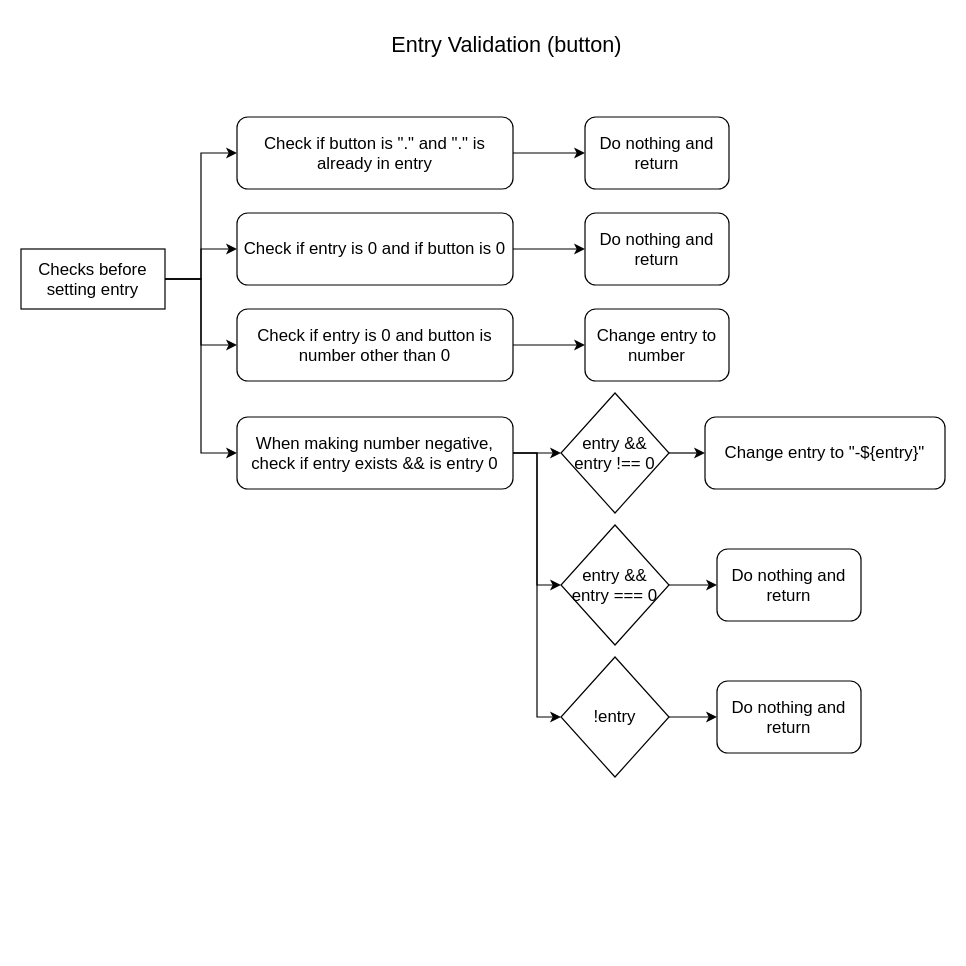
This is Reactive-Calculator-Diagram.drawio from Joeseff6/Reactive-Calculator, a draw.io file, before an edit. Source tidied: cells renumbered, new cells numbered last; positions are measured from the earlier drawing's top-left corner, leaving out a move shared by most shapes. Both pictures are drawn from the tidied source at 120%, with x=0, y=0 at pixel (20, 20).
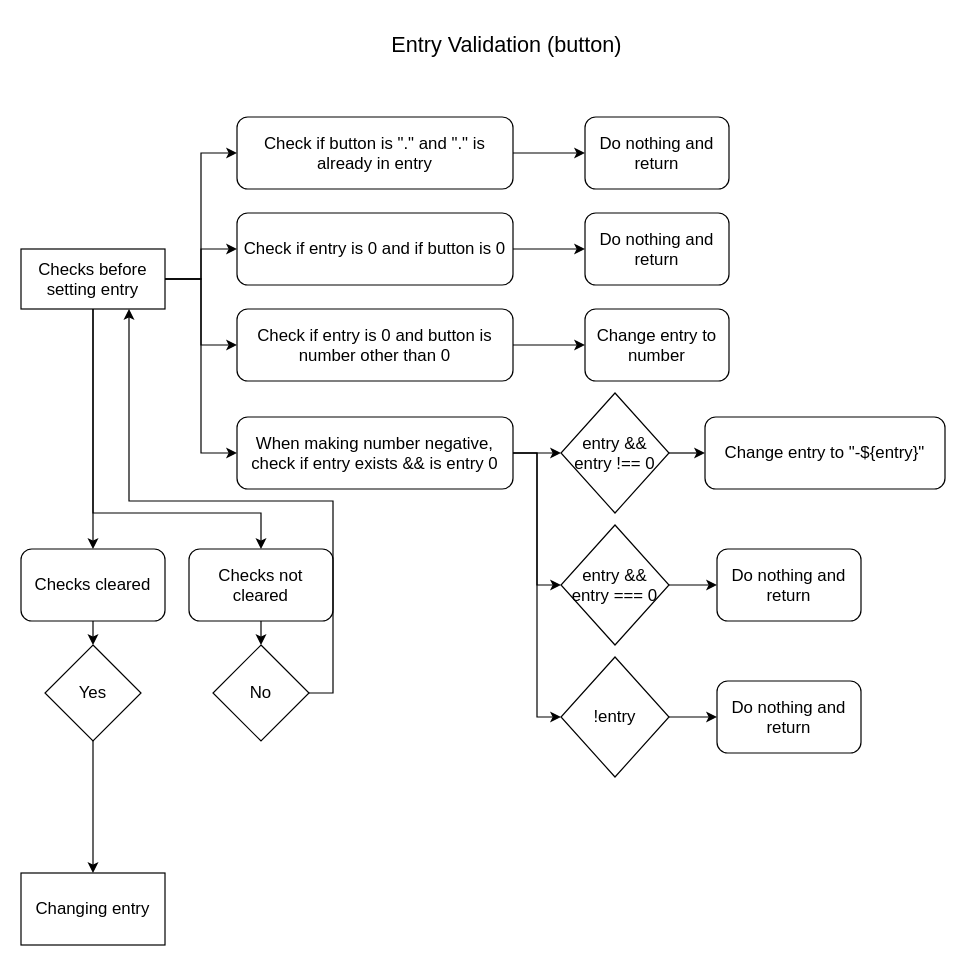
After the change.

Commit message:
Made flow for if checks clear or not

Unchanged cells that the change refers to:
```xml
<mxCell id="7" value="Checks before setting entry" style="rounded=0;whiteSpace=wrap;html=1;fontSize=14;" parent="1" vertex="1">
  <mxGeometry y="190" width="120" height="50" as="geometry" />
</mxCell>
```

Diff of the diagram source:
```diff
@@
+    <mxCell id="30" style="edgeStyle=orthogonalEdgeStyle;rounded=0;jettySize=auto;html=1;entryX=0.5;entryY=0;entryDx=0;entryDy=0;fontSize=14;" parent="1" edge="1" source="7" target="33">
+      <mxGeometry relative="1" as="geometry" />
+    </mxCell>
+    <mxCell id="31" style="edgeStyle=orthogonalEdgeStyle;rounded=0;jettySize=auto;html=1;exitX=0.5;exitY=1;exitDx=0;exitDy=0;entryX=0.5;entryY=0;entryDx=0;entryDy=0;fontSize=14;" parent="1" edge="1" source="7" target="35">
+      <mxGeometry relative="1" as="geometry">
+        <Array as="points">
+          <mxPoint x="60" y="410" />
+          <mxPoint x="200" y="410" />
+        </Array>
+      </mxGeometry>
+    </mxCell>
@@
+    <mxCell id="32" style="edgeStyle=orthogonalEdgeStyle;rounded=0;jettySize=auto;html=1;exitX=0.5;exitY=1;exitDx=0;exitDy=0;entryX=0.5;entryY=0;entryDx=0;entryDy=0;fontSize=14;" parent="1" edge="1" source="33" target="37">
+      <mxGeometry relative="1" as="geometry" />
+    </mxCell>
+    <mxCell id="33" value="Checks cleared" style="rounded=1;whiteSpace=wrap;html=1;fontSize=14;" parent="1" vertex="1">
+      <mxGeometry y="440" width="120" height="60" as="geometry" />
+    </mxCell>
+    <mxCell id="34" style="edgeStyle=orthogonalEdgeStyle;rounded=0;jettySize=auto;html=1;exitX=0.5;exitY=1;exitDx=0;exitDy=0;entryX=0.5;entryY=0;entryDx=0;entryDy=0;fontSize=14;" parent="1" edge="1" source="35" target="39">
+      <mxGeometry relative="1" as="geometry" />
+    </mxCell>
+    <mxCell id="35" value="Checks not cleared" style="rounded=1;whiteSpace=wrap;html=1;fontSize=14;" parent="1" vertex="1">
+      <mxGeometry x="140" y="440" width="120" height="60" as="geometry" />
+    </mxCell>
+    <mxCell id="36" style="edgeStyle=orthogonalEdgeStyle;rounded=0;jettySize=auto;html=1;exitX=0.5;exitY=1;exitDx=0;exitDy=0;entryX=0.5;entryY=0;entryDx=0;entryDy=0;fontSize=14;" parent="1" edge="1" source="37" target="40">
+      <mxGeometry relative="1" as="geometry" />
+    </mxCell>
+    <mxCell id="37" value="Yes" style="rhombus;whiteSpace=wrap;html=1;fontSize=14;" parent="1" vertex="1">
+      <mxGeometry x="20" y="520" width="80" height="80" as="geometry" />
+    </mxCell>
+    <mxCell id="38" style="edgeStyle=orthogonalEdgeStyle;rounded=0;jettySize=auto;html=1;exitX=1;exitY=0.5;exitDx=0;exitDy=0;entryX=0.75;entryY=1;entryDx=0;entryDy=0;fontSize=14;" parent="1" edge="1" source="39" target="7">
+      <mxGeometry relative="1" as="geometry">
+        <Array as="points">
+          <mxPoint x="260" y="560" />
+          <mxPoint x="260" y="400" />
+          <mxPoint x="90" y="400" />
+        </Array>
+      </mxGeometry>
+    </mxCell>
+    <mxCell id="39" value="No" style="rhombus;whiteSpace=wrap;html=1;fontSize=14;" parent="1" vertex="1">
+      <mxGeometry x="160" y="520" width="80" height="80" as="geometry" />
+    </mxCell>
+    <mxCell id="40" value="Changing entry" style="rounded=0;whiteSpace=wrap;html=1;fontSize=14;" parent="1" vertex="1">
+      <mxGeometry y="710" width="120" height="60" as="geometry" />
+    </mxCell>
```
